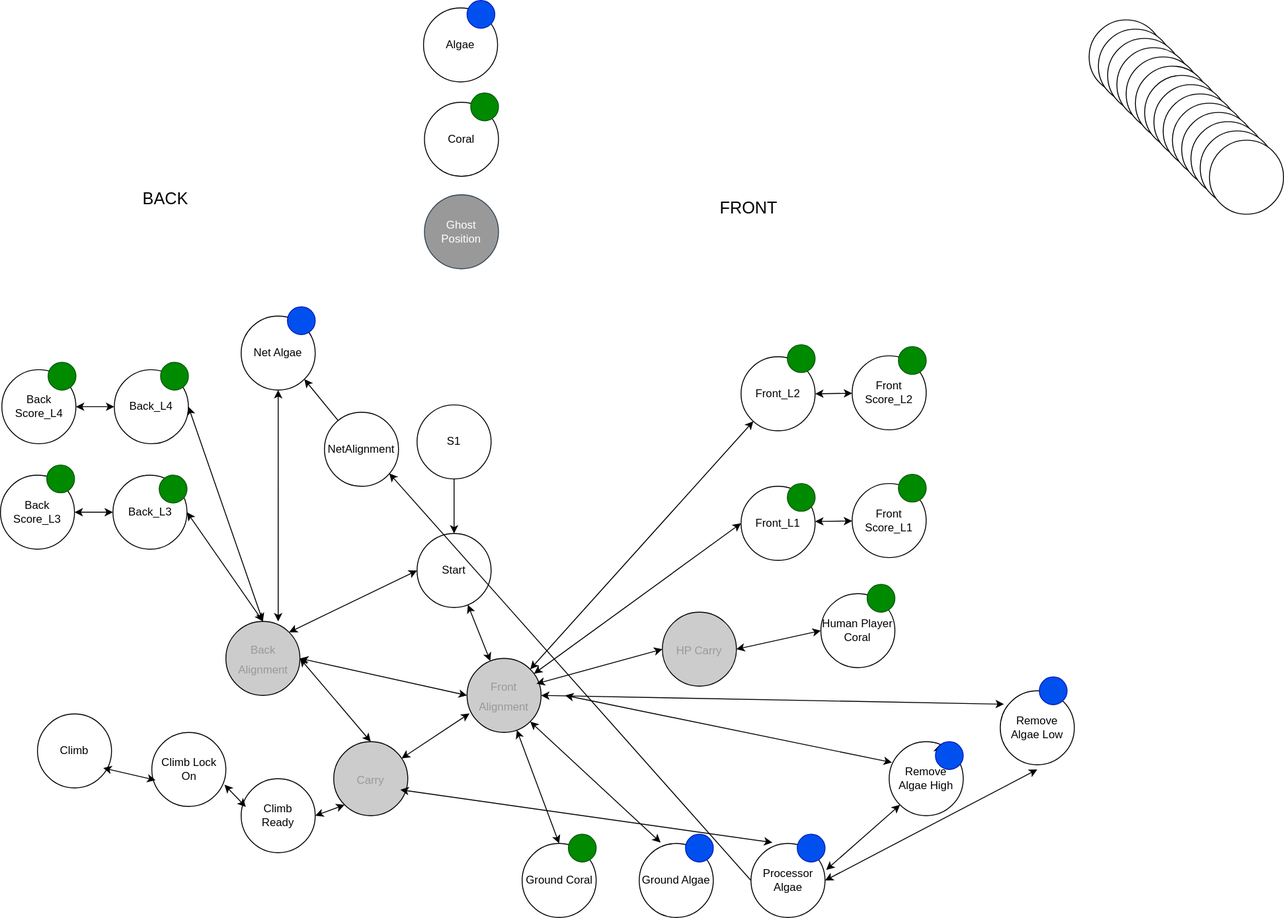
RossRambotics/2025-ReefScape keeps this draw.io diagram as src/main/java/frc/robot/subsystems/ArmControl/ArmGraph.drawio.svg. Above is the earlier version. Source tidied: cells renumbered, new cells last; positions are measured from the earlier drawing's top-left corner, leaving out a move shared by most shapes.
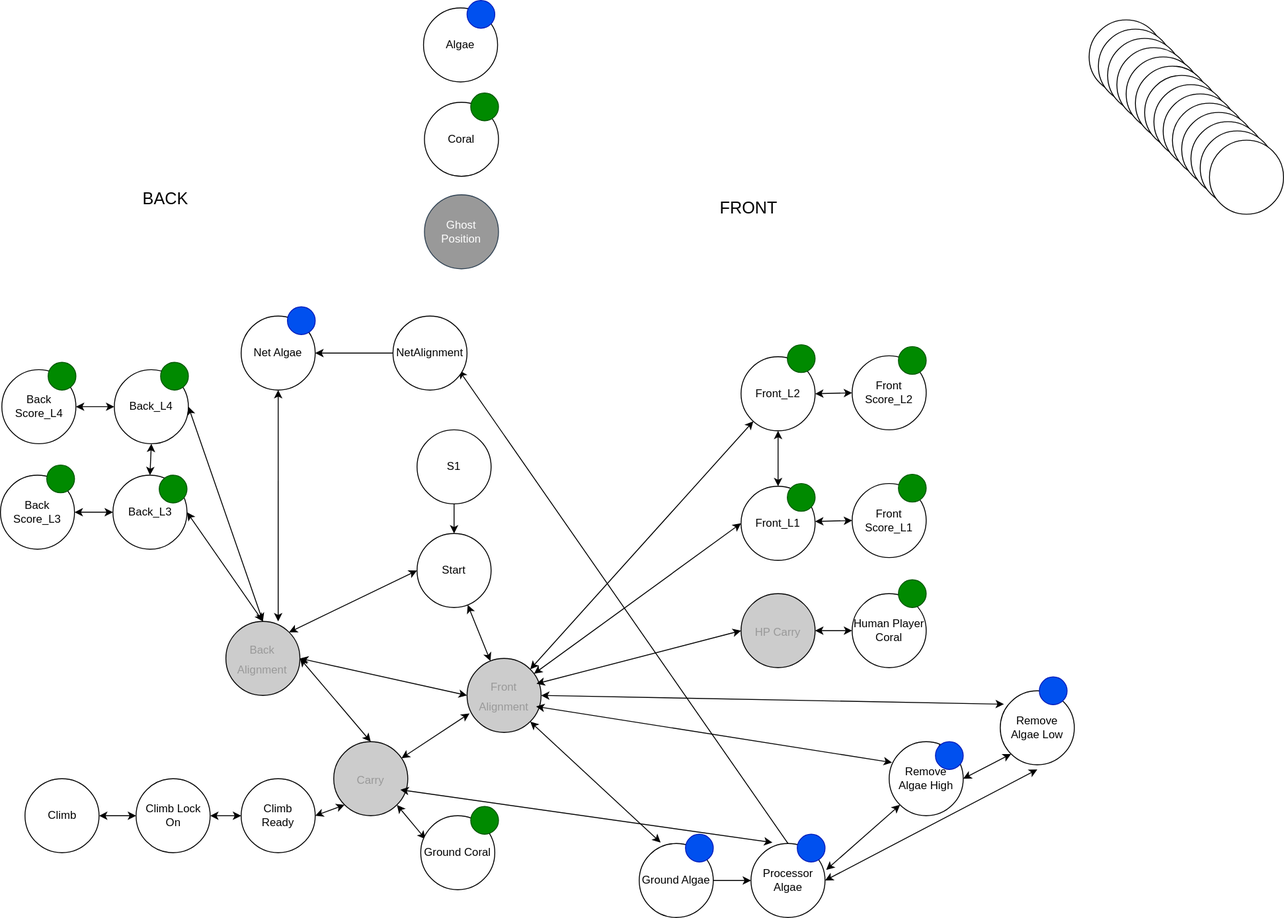
After the change.

Diff of the diagram source:
```diff
@@ -17,11 +17,11 @@
     <mxCell id="6" value="Ghost Position" style="ellipse;whiteSpace=wrap;html=1;fillColor=#999999;strokeColor=#314354;fontColor=#ffffff;gradientColor=none;" parent="1" vertex="1">
       <mxGeometry x="458" y="210" width="80" height="80" as="geometry" />
     </mxCell>
-    <mxCell id="7" style="edgeStyle=none;html=1;exitX=0.5;exitY=0;exitDx=0;exitDy=0;fontSize=12;startArrow=classic;startFill=1;" parent="1" edge="1" source="8" target="47">
+    <mxCell id="7" style="edgeStyle=none;html=1;exitX=0.065;exitY=0.317;exitDx=0;exitDy=0;fontSize=12;startArrow=classic;startFill=1;entryX=1;entryY=1;entryDx=0;entryDy=0;exitPerimeter=0;" parent="1" edge="1" source="8" target="48">
       <mxGeometry relative="1" as="geometry" />
     </mxCell>
     <mxCell id="8" value="Ground Coral" style="ellipse;whiteSpace=wrap;html=1;" parent="1" vertex="1">
-      <mxGeometry x="563.5" y="911" width="80" height="80" as="geometry" />
+      <mxGeometry x="454" y="881" width="80" height="80" as="geometry" />
     </mxCell>
     <mxCell id="9" value="Ground Algae" style="ellipse;whiteSpace=wrap;html=1;" parent="1" vertex="1">
       <mxGeometry x="690" y="911" width="80" height="80" as="geometry" />
@@ -30,16 +30,16 @@
       <mxGeometry x="740" y="901" width="30" height="30" as="geometry" />
     </mxCell>
     <mxCell id="11" style="ellipse;whiteSpace=wrap;html=1;fillColor=#008a00;fontColor=#ffffff;strokeColor=#005700;" parent="1" vertex="1">
-      <mxGeometry x="613.5" y="901" width="30" height="30" as="geometry" />
+      <mxGeometry x="508" y="871" width="30" height="30" as="geometry" />
     </mxCell>
     <mxCell id="12" style="edgeStyle=none;html=1;exitX=0;exitY=0.5;exitDx=0;exitDy=0;fontSize=12;startArrow=classic;startFill=1;entryX=1;entryY=0.5;entryDx=0;entryDy=0;" parent="1" edge="1" source="13" target="86">
       <mxGeometry relative="1" as="geometry" />
     </mxCell>
     <mxCell id="13" value="Human Player Coral" style="ellipse;whiteSpace=wrap;html=1;" parent="1" vertex="1">
-      <mxGeometry x="886.2" y="641" width="80" height="80" as="geometry" />
+      <mxGeometry x="920" y="641" width="80" height="80" as="geometry" />
     </mxCell>
     <mxCell id="14" style="ellipse;whiteSpace=wrap;html=1;fillColor=#008a00;fontColor=#ffffff;strokeColor=#005700;" parent="1" vertex="1">
-      <mxGeometry x="936.2" y="631" width="30" height="30" as="geometry" />
+      <mxGeometry x="970" y="626" width="30" height="30" as="geometry" />
     </mxCell>
     <mxCell id="15" value="Front_L2" style="ellipse;whiteSpace=wrap;html=1;gradientColor=none;" parent="1" vertex="1">
       <mxGeometry x="800" y="385" width="80" height="80" as="geometry" />
@@ -132,7 +132,7 @@
       <mxGeometry relative="1" as="geometry" />
     </mxCell>
     <mxCell id="45" value="S1" style="ellipse;whiteSpace=wrap;html=1;gradientColor=none;" parent="1" vertex="1">
-      <mxGeometry x="450" y="437" width="80" height="80" as="geometry" />
+      <mxGeometry x="450" y="464" width="80" height="80" as="geometry" />
     </mxCell>
     <mxCell id="46" style="edgeStyle=none;html=1;exitX=0.5;exitY=1;exitDx=0;exitDy=0;fontSize=12;entryX=0.5;entryY=0;entryDx=0;entryDy=0;" parent="1" edge="1" source="45" target="43">
       <mxGeometry relative="1" as="geometry" />
@@ -228,10 +228,8 @@
     <mxCell id="75" style="ellipse;whiteSpace=wrap;html=1;fillColor=#0050ef;fontColor=#ffffff;strokeColor=#001DBC;" parent="1" vertex="1">
       <mxGeometry x="1010" y="801" width="30" height="30" as="geometry" />
     </mxCell>
-    <mxCell id="76" style="edgeStyle=none;html=1;fontSize=12;startArrow=classic;startFill=1;exitX=0.038;exitY=0.281;exitDx=0;exitDy=0;exitPerimeter=0;" parent="1" edge="1" source="73">
-      <mxGeometry relative="1" as="geometry">
-        <mxPoint x="610" y="751" as="targetPoint" />
-      </mxGeometry>
+    <mxCell id="76" style="edgeStyle=none;html=1;fontSize=12;startArrow=classic;startFill=1;exitX=0.038;exitY=0.281;exitDx=0;exitDy=0;exitPerimeter=0;entryX=0.933;entryY=0.65;entryDx=0;entryDy=0;entryPerimeter=0;" parent="1" edge="1" source="73" target="47">
+      <mxGeometry relative="1" as="geometry" />
     </mxCell>
     <mxCell id="77" value="Remove Algae Low" style="ellipse;whiteSpace=wrap;html=1;" parent="1" vertex="1">
       <mxGeometry x="1080" y="746" width="80" height="80" as="geometry" />
@@ -243,25 +241,25 @@
       <mxGeometry relative="1" as="geometry" />
     </mxCell>
     <mxCell id="80" value="Climb" style="ellipse;whiteSpace=wrap;html=1;gradientColor=none;" parent="1" vertex="1">
-      <mxGeometry x="40" y="771" width="80" height="80" as="geometry" />
+      <mxGeometry x="26.5" y="841" width="80" height="80" as="geometry" />
     </mxCell>
     <mxCell id="81" value="Climb Lock On" style="ellipse;whiteSpace=wrap;html=1;gradientColor=none;" parent="1" vertex="1">
-      <mxGeometry x="163.5" y="791" width="80" height="80" as="geometry" />
+      <mxGeometry x="146.5" y="841" width="80" height="80" as="geometry" />
     </mxCell>
-    <mxCell id="82" style="edgeStyle=none;html=1;entryX=0.888;entryY=0.731;entryDx=0;entryDy=0;fontSize=12;startArrow=classic;startFill=1;exitX=0.05;exitY=0.644;exitDx=0;exitDy=0;exitPerimeter=0;entryPerimeter=0;" parent="1" edge="1" source="81" target="80">
+    <mxCell id="82" style="edgeStyle=none;html=1;entryX=1;entryY=0.5;entryDx=0;entryDy=0;fontSize=12;startArrow=classic;startFill=1;exitX=0;exitY=0.5;exitDx=0;exitDy=0;" parent="1" edge="1" source="81" target="80">
       <mxGeometry relative="1" as="geometry" />
     </mxCell>
     <mxCell id="83" value="Climb&lt;div&gt;Ready&lt;/div&gt;" style="ellipse;whiteSpace=wrap;html=1;gradientColor=none;" parent="1" vertex="1">
       <mxGeometry x="260" y="841" width="80" height="80" as="geometry" />
     </mxCell>
-    <mxCell id="84" style="edgeStyle=none;html=1;exitX=0.981;exitY=0.706;exitDx=0;exitDy=0;fontSize=12;entryX=0.063;entryY=0.381;entryDx=0;entryDy=0;startArrow=classic;startFill=1;exitPerimeter=0;entryPerimeter=0;" parent="1" edge="1" source="81" target="83">
+    <mxCell id="84" style="edgeStyle=none;html=1;fontSize=12;entryX=0;entryY=0.5;entryDx=0;entryDy=0;startArrow=classic;startFill=1;exitX=1;exitY=0.5;exitDx=0;exitDy=0;" parent="1" edge="1" source="81" target="83">
       <mxGeometry relative="1" as="geometry" />
     </mxCell>
     <mxCell id="85" style="edgeStyle=none;html=1;exitX=0;exitY=1;exitDx=0;exitDy=0;fontSize=12;entryX=1;entryY=0.5;entryDx=0;entryDy=0;startArrow=classic;startFill=1;" parent="1" edge="1" source="48" target="83">
       <mxGeometry relative="1" as="geometry" />
     </mxCell>
     <mxCell id="86" value="&lt;font color=&quot;#999999&quot;&gt;&lt;span style=&quot;font-size: 12px;&quot;&gt;HP Carry&lt;/span&gt;&lt;/font&gt;" style="ellipse;whiteSpace=wrap;html=1;fontSize=18;gradientColor=none;fillColor=#CCCCCC;" parent="1" vertex="1">
-      <mxGeometry x="715" y="661" width="80" height="80" as="geometry" />
+      <mxGeometry x="800" y="641" width="80" height="80" as="geometry" />
     </mxCell>
     <mxCell id="87" style="edgeStyle=none;html=1;exitX=0.938;exitY=0.342;exitDx=0;exitDy=0;fontSize=12;startArrow=classic;startFill=1;exitPerimeter=0;entryX=0;entryY=0.5;entryDx=0;entryDy=0;" parent="1" edge="1" source="47" target="86">
       <mxGeometry relative="1" as="geometry" />
@@ -274,16 +272,26 @@
         <mxPoint x="1120" y="831" as="targetPoint" />
       </mxGeometry>
     </mxCell>
-    <mxCell id="90" style="edgeStyle=none;html=1;fontSize=12;startArrow=classic;startFill=1;endArrow=none;endFill=0;entryX=0;entryY=0.5;entryDx=0;entryDy=0;strokeColor=light-dark(#000000,#6666FF);" parent="1" edge="1" target="66">
-      <mxGeometry relative="1" as="geometry">
-        <mxPoint x="420" y="511" as="sourcePoint" />
-      </mxGeometry>
+    <mxCell id="90" style="edgeStyle=none;html=1;fontSize=12;startArrow=classic;startFill=1;endArrow=none;endFill=0;entryX=0.5;entryY=0;entryDx=0;entryDy=0;strokeColor=light-dark(#000000,#6666FF);exitX=0.892;exitY=0.733;exitDx=0;exitDy=0;exitPerimeter=0;" parent="1" edge="1" source="91" target="66">
+      <mxGeometry relative="1" as="geometry" />
     </mxCell>
     <mxCell id="91" value="NetAlignment" style="ellipse;whiteSpace=wrap;html=1;" parent="1" vertex="1">
-      <mxGeometry x="350" y="445" width="80" height="80" as="geometry" />
+      <mxGeometry x="424" y="341" width="80" height="80" as="geometry" />
     </mxCell>
-    <mxCell id="92" style="edgeStyle=none;html=1;exitX=1;exitY=1;exitDx=0;exitDy=0;fontSize=12;startArrow=classic;startFill=1;endArrow=none;endFill=0;" parent="1" edge="1" source="69" target="91">
+    <mxCell id="92" style="edgeStyle=none;html=1;exitX=1;exitY=0.5;exitDx=0;exitDy=0;fontSize=12;startArrow=classic;startFill=1;endArrow=none;endFill=0;" parent="1" edge="1" source="69" target="91">
       <mxGeometry relative="1" as="geometry" />
     </mxCell>
+    <mxCell id="93" style="edgeStyle=none;html=1;fontSize=12;startArrow=classic;startFill=1;entryX=0.5;entryY=1;entryDx=0;entryDy=0;exitX=0.5;exitY=0;exitDx=0;exitDy=0;" parent="1" edge="1" source="31" target="35">
+      <mxGeometry relative="1" as="geometry" />
+    </mxCell>
+    <mxCell id="94" style="edgeStyle=none;html=1;fontSize=12;exitX=0.5;exitY=1;exitDx=0;exitDy=0;startArrow=classic;startFill=1;entryX=0.5;entryY=0;entryDx=0;entryDy=0;" parent="1" edge="1" source="15" target="37">
+      <mxGeometry relative="1" as="geometry" />
+    </mxCell>
+    <mxCell id="95" style="edgeStyle=none;html=1;exitX=0;exitY=1;exitDx=0;exitDy=0;fontSize=12;startArrow=classic;startFill=1;entryX=1;entryY=0.5;entryDx=0;entryDy=0;" parent="1" edge="1" source="77" target="73">
+      <mxGeometry relative="1" as="geometry" />
+    </mxCell>
+    <mxCell id="96" style="edgeStyle=none;html=1;fontSize=12;startArrow=classic;startFill=1;endArrow=none;endFill=0;entryX=1;entryY=0.5;entryDx=0;entryDy=0;strokeColor=light-dark(#000000,#6666FF);exitX=0;exitY=0.5;exitDx=0;exitDy=0;" parent="1" edge="1" source="66" target="9">
+      <mxGeometry relative="1" as="geometry" />
+    </mxCell>
   </root>
 </mxGraphModel>
```
